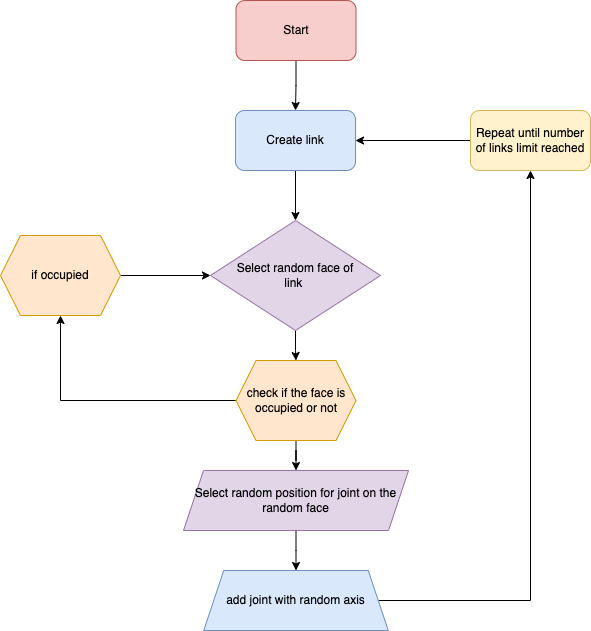
Above: random_3d_morphology.png in multitude00999/ArtificialLife (draw.io), before the change. Source tidied: cells renumbered, new cells last; positions are measured from the earlier drawing's top-left corner, leaving out a move shared by most shapes. Its diagram source:
```xml
<mxGraphModel>
  <root>
    <mxCell id="0" />
    <mxCell id="1" parent="0" />
    <mxCell id="2" style="edgeStyle=orthogonalEdgeStyle;rounded=0;jettySize=auto;html=1;" parent="1" edge="1" source="3" target="5">
      <mxGeometry relative="1" as="geometry" />
    </mxCell>
    <mxCell id="3" value="Start" style="rounded=1;whiteSpace=wrap;html=1;fillColor=#f8cecc;strokeColor=#b85450;" parent="1" vertex="1">
      <mxGeometry x="235.5" width="120" height="60" as="geometry" />
    </mxCell>
    <mxCell id="4" style="edgeStyle=orthogonalEdgeStyle;rounded=0;jettySize=auto;html=1;" parent="1" edge="1" source="5">
      <mxGeometry relative="1" as="geometry">
        <mxPoint x="295" y="220" as="targetPoint" />
      </mxGeometry>
    </mxCell>
    <mxCell id="5" value="Create link" style="rounded=1;whiteSpace=wrap;html=1;fillColor=#dae8fc;strokeColor=#6c8ebf;" parent="1" vertex="1">
      <mxGeometry x="235" y="110" width="120" height="60" as="geometry" />
    </mxCell>
    <mxCell id="6" style="edgeStyle=orthogonalEdgeStyle;rounded=0;jettySize=auto;html=1;" parent="1" edge="1" source="7" target="16">
      <mxGeometry relative="1" as="geometry" />
    </mxCell>
    <mxCell id="7" value="Select random face of&lt;br&gt;link&amp;nbsp;" style="rhombus;whiteSpace=wrap;html=1;fillColor=#e1d5e7;strokeColor=#9673a6;" parent="1" vertex="1">
      <mxGeometry x="210" y="220" width="170" height="110" as="geometry" />
    </mxCell>
    <mxCell id="8" style="edgeStyle=orthogonalEdgeStyle;rounded=0;jettySize=auto;html=1;" parent="1" edge="1" source="9" target="11">
      <mxGeometry relative="1" as="geometry" />
    </mxCell>
    <mxCell id="9" value="Select random position for joint on the random face" style="shape=parallelogram;perimeter=parallelogramPerimeter;whiteSpace=wrap;html=1;fixedSize=1;fillColor=#e1d5e7;strokeColor=#9673a6;" parent="1" vertex="1">
      <mxGeometry x="183" y="470" width="225" height="60" as="geometry" />
    </mxCell>
    <mxCell id="10" style="edgeStyle=orthogonalEdgeStyle;rounded=0;jettySize=auto;html=1;" parent="1" edge="1" source="11" target="13">
      <mxGeometry relative="1" as="geometry" />
    </mxCell>
    <mxCell id="11" value="add joint with random axis" style="shape=trapezoid;perimeter=trapezoidPerimeter;whiteSpace=wrap;html=1;fixedSize=1;fillColor=#dae8fc;strokeColor=#6c8ebf;" parent="1" vertex="1">
      <mxGeometry x="203.2" y="570" width="184.5" height="60" as="geometry" />
    </mxCell>
    <mxCell id="12" style="edgeStyle=orthogonalEdgeStyle;rounded=0;jettySize=auto;html=1;entryX=1;entryY=0.5;entryDx=0;entryDy=0;" parent="1" edge="1" source="13" target="5">
      <mxGeometry relative="1" as="geometry" />
    </mxCell>
    <mxCell id="13" value="Repeat until number of links limit reached" style="rounded=1;whiteSpace=wrap;html=1;fillColor=#fff2cc;strokeColor=#d6b656;" parent="1" vertex="1">
      <mxGeometry x="470" y="110" width="120" height="60" as="geometry" />
    </mxCell>
    <mxCell id="14" style="edgeStyle=orthogonalEdgeStyle;rounded=0;jettySize=auto;html=1;" parent="1" edge="1" source="16" target="9">
      <mxGeometry relative="1" as="geometry" />
    </mxCell>
    <mxCell id="15" style="edgeStyle=orthogonalEdgeStyle;rounded=0;jettySize=auto;html=1;" parent="1" edge="1" source="16" target="18">
      <mxGeometry relative="1" as="geometry" />
    </mxCell>
    <mxCell id="16" value="check if the face is occupied or not" style="shape=hexagon;perimeter=hexagonPerimeter2;whiteSpace=wrap;html=1;fixedSize=1;fillColor=#ffe6cc;strokeColor=#d79b00;" parent="1" vertex="1">
      <mxGeometry x="235.5" y="360" width="120" height="80" as="geometry" />
    </mxCell>
    <mxCell id="17" style="edgeStyle=orthogonalEdgeStyle;rounded=0;jettySize=auto;html=1;entryX=0;entryY=0.5;entryDx=0;entryDy=0;" parent="1" edge="1" source="18" target="7">
      <mxGeometry relative="1" as="geometry" />
    </mxCell>
    <mxCell id="18" value="if occupied" style="shape=hexagon;perimeter=hexagonPerimeter2;whiteSpace=wrap;html=1;fixedSize=1;fillColor=#ffe6cc;strokeColor=#d79b00;" parent="1" vertex="1">
      <mxGeometry y="235" width="120" height="80" as="geometry" />
    </mxCell>
  </root>
</mxGraphModel>
```
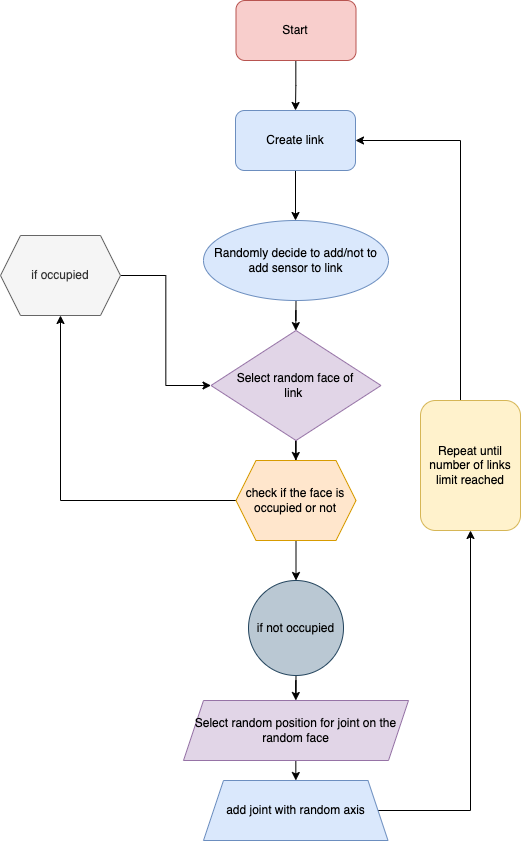
Above is the later version.

Diff of the diagram source:
```diff
@@ -20,40 +20,56 @@
       <mxGeometry relative="1" as="geometry" />
     </mxCell>
     <mxCell id="7" value="Select random face of&lt;br&gt;link&amp;nbsp;" style="rhombus;whiteSpace=wrap;html=1;fillColor=#e1d5e7;strokeColor=#9673a6;" parent="1" vertex="1">
-      <mxGeometry x="210" y="220" width="170" height="110" as="geometry" />
+      <mxGeometry x="210.5" y="330" width="170" height="110" as="geometry" />
     </mxCell>
     <mxCell id="8" style="edgeStyle=orthogonalEdgeStyle;rounded=0;jettySize=auto;html=1;" parent="1" edge="1" source="9" target="11">
       <mxGeometry relative="1" as="geometry" />
     </mxCell>
     <mxCell id="9" value="Select random position for joint on the random face" style="shape=parallelogram;perimeter=parallelogramPerimeter;whiteSpace=wrap;html=1;fixedSize=1;fillColor=#e1d5e7;strokeColor=#9673a6;" parent="1" vertex="1">
-      <mxGeometry x="183" y="470" width="225" height="60" as="geometry" />
+      <mxGeometry x="183" y="700" width="225" height="60" as="geometry" />
     </mxCell>
     <mxCell id="10" style="edgeStyle=orthogonalEdgeStyle;rounded=0;jettySize=auto;html=1;" parent="1" edge="1" source="11" target="13">
       <mxGeometry relative="1" as="geometry" />
     </mxCell>
     <mxCell id="11" value="add joint with random axis" style="shape=trapezoid;perimeter=trapezoidPerimeter;whiteSpace=wrap;html=1;fixedSize=1;fillColor=#dae8fc;strokeColor=#6c8ebf;" parent="1" vertex="1">
-      <mxGeometry x="203.2" y="570" width="184.5" height="60" as="geometry" />
+      <mxGeometry x="203" y="780" width="184.5" height="60" as="geometry" />
     </mxCell>
     <mxCell id="12" style="edgeStyle=orthogonalEdgeStyle;rounded=0;jettySize=auto;html=1;entryX=1;entryY=0.5;entryDx=0;entryDy=0;" parent="1" edge="1" source="13" target="5">
-      <mxGeometry relative="1" as="geometry" />
+      <mxGeometry relative="1" as="geometry">
+        <Array as="points">
+          <mxPoint x="460" y="140" />
+        </Array>
+      </mxGeometry>
     </mxCell>
     <mxCell id="13" value="Repeat until number of links limit reached" style="rounded=1;whiteSpace=wrap;html=1;fillColor=#fff2cc;strokeColor=#d6b656;" parent="1" vertex="1">
-      <mxGeometry x="470" y="110" width="120" height="60" as="geometry" />
+      <mxGeometry x="420" y="400" width="100" height="130" as="geometry" />
     </mxCell>
-    <mxCell id="14" style="edgeStyle=orthogonalEdgeStyle;rounded=0;jettySize=auto;html=1;" parent="1" edge="1" source="16" target="9">
-      <mxGeometry relative="1" as="geometry" />
-    </mxCell>
     <mxCell id="15" style="edgeStyle=orthogonalEdgeStyle;rounded=0;jettySize=auto;html=1;" parent="1" edge="1" source="16" target="18">
       <mxGeometry relative="1" as="geometry" />
     </mxCell>
+    <mxCell id="19" style="edgeStyle=orthogonalEdgeStyle;rounded=0;jettySize=auto;html=1;" parent="1" edge="1" source="16" target="23">
+      <mxGeometry relative="1" as="geometry" />
+    </mxCell>
     <mxCell id="16" value="check if the face is occupied or not" style="shape=hexagon;perimeter=hexagonPerimeter2;whiteSpace=wrap;html=1;fixedSize=1;fillColor=#ffe6cc;strokeColor=#d79b00;" parent="1" vertex="1">
-      <mxGeometry x="235.5" y="360" width="120" height="80" as="geometry" />
+      <mxGeometry x="235.5" y="460" width="120" height="80" as="geometry" />
     </mxCell>
     <mxCell id="17" style="edgeStyle=orthogonalEdgeStyle;rounded=0;jettySize=auto;html=1;entryX=0;entryY=0.5;entryDx=0;entryDy=0;" parent="1" edge="1" source="18" target="7">
       <mxGeometry relative="1" as="geometry" />
     </mxCell>
-    <mxCell id="18" value="if occupied" style="shape=hexagon;perimeter=hexagonPerimeter2;whiteSpace=wrap;html=1;fixedSize=1;fillColor=#ffe6cc;strokeColor=#d79b00;" parent="1" vertex="1">
+    <mxCell id="18" value="if occupied" style="shape=hexagon;perimeter=hexagonPerimeter2;whiteSpace=wrap;html=1;fixedSize=1;fillColor=#f5f5f5;strokeColor=#666666;fontColor=#333333;" parent="1" vertex="1">
       <mxGeometry y="235" width="120" height="80" as="geometry" />
     </mxCell>
+    <mxCell id="20" style="edgeStyle=orthogonalEdgeStyle;rounded=0;jettySize=auto;html=1;" parent="1" edge="1" source="21" target="7">
+      <mxGeometry relative="1" as="geometry" />
+    </mxCell>
+    <mxCell id="21" value="Randomly decide to add/not to add sensor to link" style="ellipse;whiteSpace=wrap;html=1;fillColor=#dae8fc;strokeColor=#6c8ebf;" parent="1" vertex="1">
+      <mxGeometry x="203" y="220" width="185" height="80" as="geometry" />
+    </mxCell>
+    <mxCell id="22" style="edgeStyle=orthogonalEdgeStyle;rounded=0;jettySize=auto;html=1;" parent="1" edge="1" source="23" target="9">
+      <mxGeometry relative="1" as="geometry" />
+    </mxCell>
+    <mxCell id="23" value="if not occupied" style="ellipse;whiteSpace=wrap;html=1;fillColor=#bac8d3;strokeColor=#23445d;" parent="1" vertex="1">
+      <mxGeometry x="248" y="580" width="95" height="95" as="geometry" />
+    </mxCell>
   </root>
 </mxGraphModel>
```
